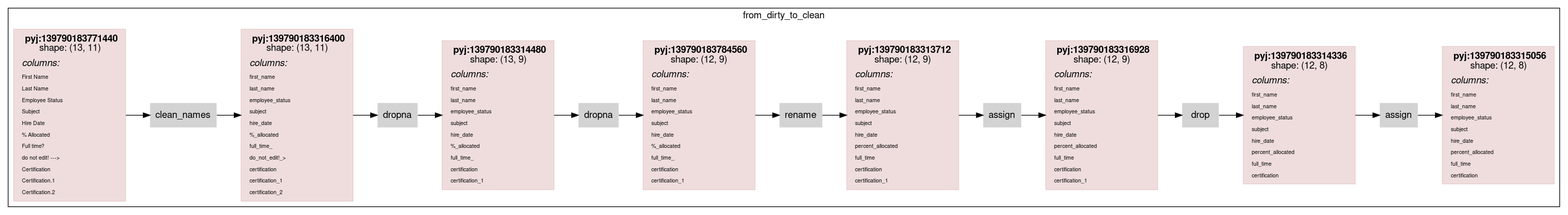
The Graphviz diagram scripts/rdflog/dirty-clean-w-cmp.ttl.dot.png in asmirnov69/pyjviz-poc, before a commit. Its source is kept beside it as scripts/rdflog/dirty-clean-w-cmp.ttl.dot.
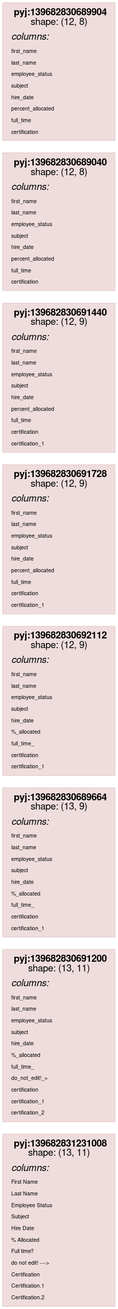
The same diagram one commit later.

Diff of the diagram source:
```diff
@@ -14,7 +14,7 @@
                 color="#88000022"
                 shape = rect
                 label = <<table border="0" cellborder="0" cellspacing="0" cellpadding="4">
-                         <tr> <td> <b>pyj:139790183771440</b><br/>shape: (13, 11)</td> </tr>
+                         <tr> <td> <b>pyj:139682831231008</b><br/>shape: (13, 11)</td> </tr>
                          <tr> <td align="left"><i>columns:</i><br align="left"/></td></tr>
                 <tr><td align="left"><FONT POINT-SIZE="8px">First Name</FONT></td></tr>
 <tr><td align="left"><FONT POINT-SIZE="8px">Last Name</FONT></td></tr>
@@ -33,7 +33,7 @@
                 color="#88000022"
                 shape = rect
                 label = <<table border="0" cellborder="0" cellspacing="0" cellpadding="4">
-                         <tr> <td> <b>pyj:139790183316400</b><br/>shape: (13, 11)</td> </tr>
+                         <tr> <td> <b>pyj:139682830691200</b><br/>shape: (13, 11)</td> </tr>
                          <tr> <td align="left"><i>columns:</i><br align="left"/></td></tr>
                 <tr><td align="left"><FONT POINT-SIZE="8px">first_name</FONT></td></tr>
 <tr><td align="left"><FONT POINT-SIZE="8px">last_name</FONT></td></tr>
@@ -52,7 +52,7 @@
                 color="#88000022"
                 shape = rect
                 label = <<table border="0" cellborder="0" cellspacing="0" cellpadding="4">
-                         <tr> <td> <b>pyj:139790183314480</b><br/>shape: (13, 9)</td> </tr>
+                         <tr> <td> <b>pyj:139682830689664</b><br/>shape: (13, 9)</td> </tr>
                          <tr> <td align="left"><i>columns:</i><br align="left"/></td></tr>
                 <tr><td align="left"><FONT POINT-SIZE="8px">first_name</FONT></td></tr>
 <tr><td align="left"><FONT POINT-SIZE="8px">last_name</FONT></td></tr>
@@ -69,7 +69,7 @@
                 color="#88000022"
                 shape = rect
                 label = <<table border="0" cellborder="0" cellspacing="0" cellpadding="4">
-                         <tr> <td> <b>pyj:139790183784560</b><br/>shape: (12, 9)</td> </tr>
+                         <tr> <td> <b>pyj:139682830692112</b><br/>shape: (12, 9)</td> </tr>
                          <tr> <td align="left"><i>columns:</i><br align="left"/></td></tr>
                 <tr><td align="left"><FONT POINT-SIZE="8px">first_name</FONT></td></tr>
 <tr><td align="left"><FONT POINT-SIZE="8px">last_name</FONT></td></tr>
@@ -86,7 +86,7 @@
                 color="#88000022"
                 shape = rect
                 label = <<table border="0" cellborder="0" cellspacing="0" cellpadding="4">
-                         <tr> <td> <b>pyj:139790183313712</b><br/>shape: (12, 9)</td> </tr>
+                         <tr> <td> <b>pyj:139682830691728</b><br/>shape: (12, 9)</td> </tr>
                          <tr> <td align="left"><i>columns:</i><br align="left"/></td></tr>
                 <tr><td align="left"><FONT POINT-SIZE="8px">first_name</FONT></td></tr>
 <tr><td align="left"><FONT POINT-SIZE="8px">last_name</FONT></td></tr>
@@ -103,7 +103,7 @@
                 color="#88000022"
                 shape = rect
                 label = <<table border="0" cellborder="0" cellspacing="0" cellpadding="4">
-                         <tr> <td> <b>pyj:139790183316928</b><br/>shape: (12, 9)</td> </tr>
+                         <tr> <td> <b>pyj:139682830691440</b><br/>shape: (12, 9)</td> </tr>
                          <tr> <td align="left"><i>columns:</i><br align="left"/></td></tr>
                 <tr><td align="left"><FONT POINT-SIZE="8px">first_name</FONT></td></tr>
 <tr><td align="left"><FONT POINT-SIZE="8px">last_name</FONT></td></tr>
@@ -120,7 +120,7 @@
                 color="#88000022"
                 shape = rect
                 label = <<table border="0" cellborder="0" cellspacing="0" cellpadding="4">
-                         <tr> <td> <b>pyj:139790183314336</b><br/>shape: (12, 8)</td> </tr>
+                         <tr> <td> <b>pyj:139682830689040</b><br/>shape: (12, 8)</td> </tr>
                          <tr> <td align="left"><i>columns:</i><br align="left"/></td></tr>
                 <tr><td align="left"><FONT POINT-SIZE="8px">first_name</FONT></td></tr>
 <tr><td align="left"><FONT POINT-SIZE="8px">last_name</FONT></td></tr>
@@ -136,7 +136,7 @@
                 color="#88000022"
                 shape = rect
                 label = <<table border="0" cellborder="0" cellspacing="0" cellpadding="4">
-                         <tr> <td> <b>pyj:139790183315056</b><br/>shape: (12, 8)</td> </tr>
+                         <tr> <td> <b>pyj:139682830689904</b><br/>shape: (12, 8)</td> </tr>
                          <tr> <td align="left"><i>columns:</i><br align="left"/></td></tr>
                 <tr><td align="left"><FONT POINT-SIZE="8px">first_name</FONT></td></tr>
 <tr><td align="left"><FONT POINT-SIZE="8px">last_name</FONT></td></tr>
@@ -148,28 +148,7 @@
 <tr><td align="left"><FONT POINT-SIZE="8px">certification</FONT></td></tr>
                          </table>>
                 ];
-node0_8 [ label = "clean_names" ];
-node0_9 [ label = "dropna" ];
-node0_10 [ label = "dropna" ];
-node0_11 [ label = "rename" ];
-node0_12 [ label = "assign" ];
-node0_13 [ label = "drop" ];
-node0_14 [ label = "assign" ];
 subgraph cluster_0 {
-label = "from_dirty_to_clean";
-node0_0 -> node0_8;
-node0_1 -> node0_9;
-node0_2 -> node0_10;
-node0_3 -> node0_11;
-node0_4 -> node0_12;
-node0_5 -> node0_13;
-node0_6 -> node0_14;
-node0_8 -> node0_1;
-node0_9 -> node0_2;
-node0_10 -> node0_3;
-node0_11 -> node0_4;
-node0_12 -> node0_5;
-node0_13 -> node0_6;
-node0_14 -> node0_7;
+label = "None";
 }
 }
```
